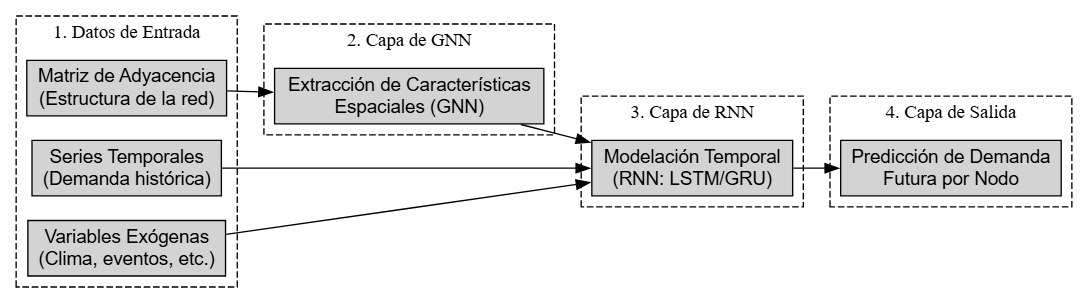
Above: solucion.png in Sebamon2/dcc-informe-e (Graphviz), before the change. Its source is kept beside it as solucion.dot.
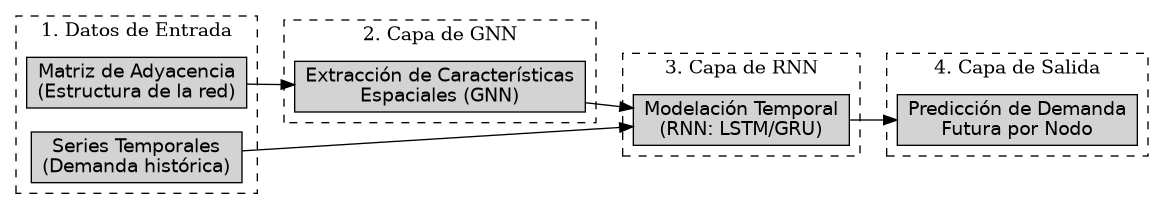
Above is the later version.

Change to the diagram source:
```diff
@@ -7,7 +7,6 @@
     style=dashed;
     input1 [label="Matriz de Adyacencia\n(Estructura de la red)"];
     input2 [label="Series Temporales\n(Demanda histórica)"];
-    input3 [label="Variables Exógenas\n(Clima, eventos, etc.)"];
   }
 
   subgraph cluster_gnn {
@@ -30,7 +29,6 @@
 
   input1 -> gnn;
   input2 -> rnn;
-  input3 -> rnn;
   gnn -> rnn;
   rnn -> output;
 }
```
